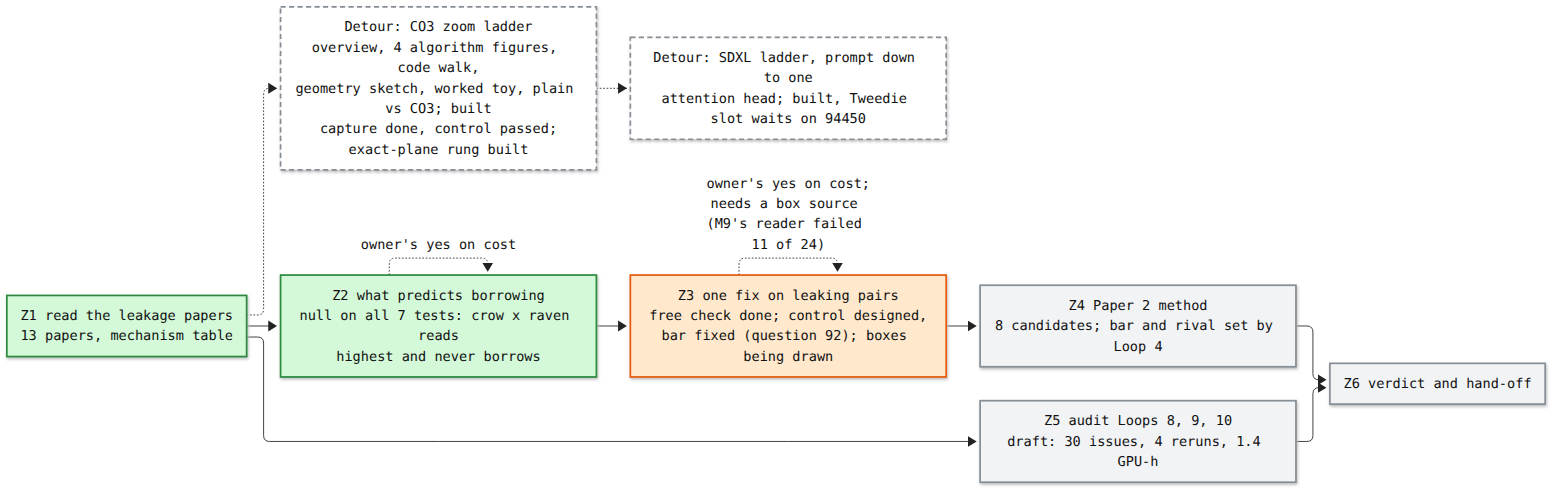
Before: artifacts/notes/progress/leakage/loop-12-progress.png, a diagram exported from Mermaid (mo-rsa24/concept-composition). Its source is kept beside it as artifacts/notes/progress/leakage/loop-12-progress.mmd.
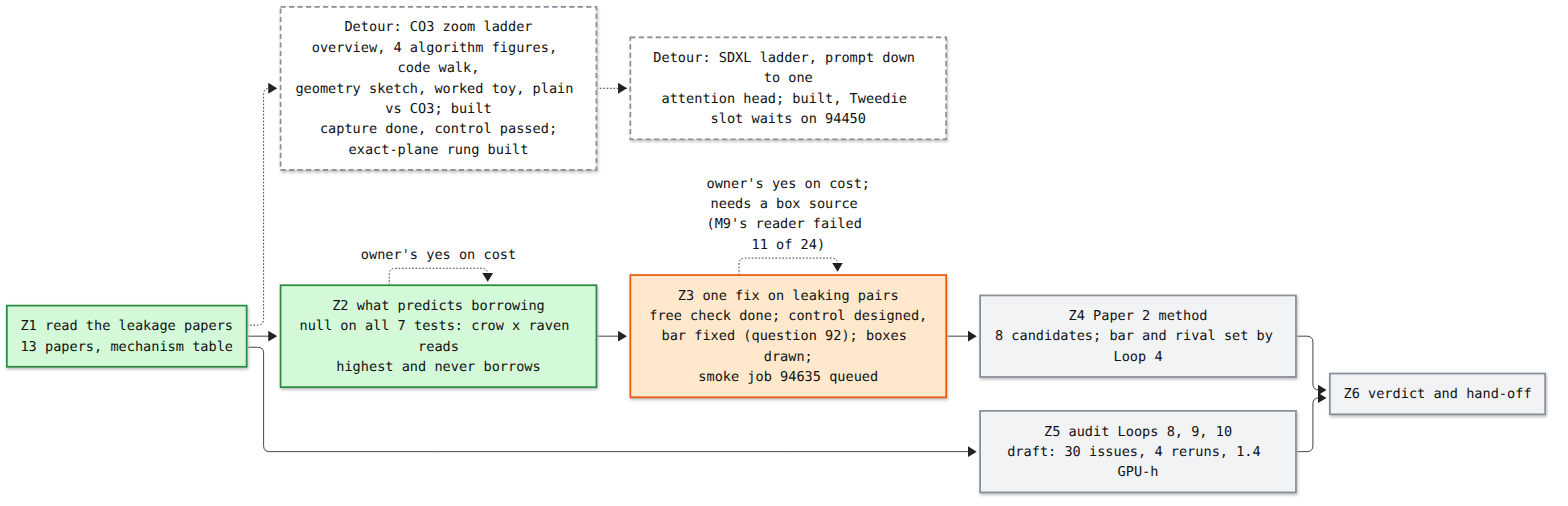
The same file after the commit.

Commit message:
Loop 12 map: Z3 smoke queued

Diff of the diagram source:
```diff
@@ -2,7 +2,7 @@
 flowchart LR
   Z1["Z1 read the leakage papers<br/>13 papers, mechanism table"]:::done
   Z2["Z2 what predicts borrowing<br/>null on all 7 tests: crow x raven reads<br/>highest and never borrows"]:::done
-  Z3["Z3 one fix on leaking pairs<br/>free check done; control designed,<br/>bar fixed (question 92); boxes being drawn"]:::doing
+  Z3["Z3 one fix on leaking pairs<br/>free check done; control designed,<br/>bar fixed (question 92); boxes drawn;<br/>smoke job 94635 queued"]:::doing
   Z4["Z4 Paper 2 method<br/>8 candidates; bar and rival set by Loop 4"]:::todo
   Z5["Z5 audit Loops 8, 9, 10<br/>draft: 30 issues, 4 reruns, 1.4 GPU-h"]:::todo
   Z6["Z6 verdict and hand-off"]:::todo
```
